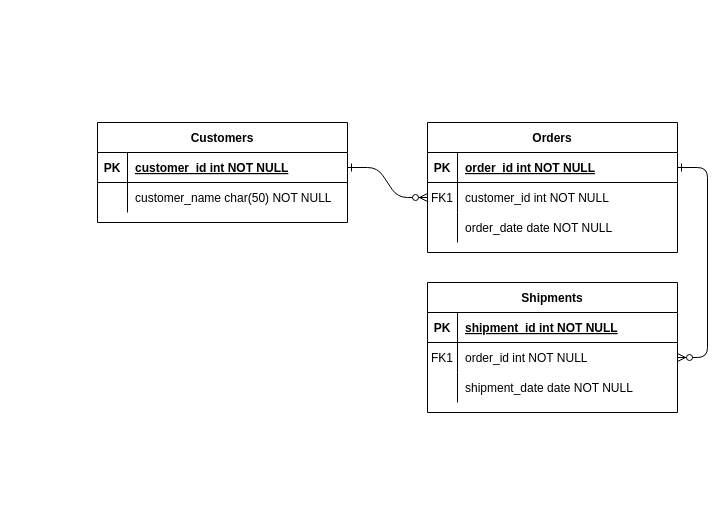
Above: Untitled Diagram.drawio in CEMTUNC/why-dbms-CEMTUNC (draw.io), before the change. Source tidied: cells renumbered, new cells numbered last; positions are measured from the earlier drawing's top-left corner, leaving out a move shared by most shapes. Both pictures are drawn from the tidied source at 100%, with x=0, y=0 at pixel (97, 122).
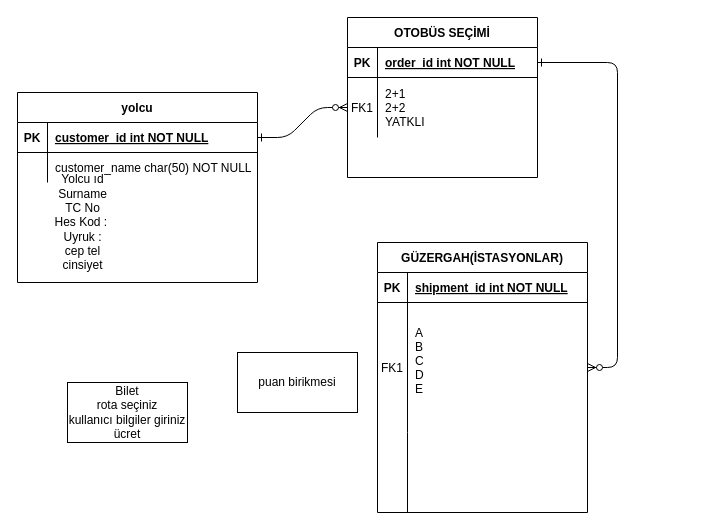
The same page after the edit.

What changed in the source:
```diff
@@
-    <mxCell id="4" value="Orders" style="shape=table;startSize=30;childLayout=tableLayout;rowLines=0;fontStyle=1;align=center;" parent="1" vertex="1">
-      <mxGeometry x="330" width="250" height="130" as="geometry" />
+    <mxCell id="4" value="OTOBÜS SEÇİMİ" style="shape=table;startSize=30;childLayout=tableLayout;rowLines=0;fontStyle=1;align=center;fillColor=default;strokeColor=default;fontColor=default;" parent="1" vertex="1">
+      <mxGeometry x="250" y="-105" width="190" height="160" as="geometry" />
     </mxCell>
     <mxCell id="5" style="shape=partialRectangle;fillColor=none;points=[[0,0.5],[1,0.5]];portConstraint=eastwest;top=0;left=0;right=0;bottom=1;" parent="4" vertex="1">
-      <mxGeometry y="30" width="250" height="30" as="geometry" />
+      <mxGeometry y="30" width="190" height="30" as="geometry" />
     </mxCell>
@@
     <mxCell id="7" value="order_id int NOT NULL " style="shape=partialRectangle;overflow=hidden;fillColor=none;top=0;left=0;bottom=0;right=0;align=left;spacingLeft=6;fontStyle=5;" parent="5" vertex="1">
-      <mxGeometry x="30" width="220" height="30" as="geometry" />
+      <mxGeometry x="30" width="160" height="30" as="geometry" />
     </mxCell>
     <mxCell id="8" style="shape=partialRectangle;fillColor=none;points=[[0,0.5],[1,0.5]];portConstraint=eastwest;top=0;left=0;right=0;bottom=0;" parent="4" vertex="1">
-      <mxGeometry y="60" width="250" height="30" as="geometry" />
+      <mxGeometry y="60" width="190" height="60" as="geometry" />
     </mxCell>
     <mxCell id="9" value="FK1" style="shape=partialRectangle;overflow=hidden;fillColor=none;top=0;left=0;bottom=0;right=0;" parent="8" vertex="1">
-      <mxGeometry width="30" height="30" as="geometry" />
+      <mxGeometry width="30" height="60" as="geometry" />
     </mxCell>
-    <mxCell id="10" value="customer_id int NOT NULL" style="shape=partialRectangle;overflow=hidden;fillColor=none;top=0;left=0;bottom=0;right=0;align=left;spacingLeft=6;" parent="8" vertex="1">
-      <mxGeometry x="30" width="220" height="30" as="geometry" />
+    <mxCell id="10" value="2+1 &#10;2+2&#10;YATKLI " style="shape=partialRectangle;overflow=hidden;fillColor=none;top=0;left=0;bottom=0;right=0;align=left;spacingLeft=6;fontColor=default;strokeColor=default;" parent="8" vertex="1">
+      <mxGeometry x="30" width="160" height="60" as="geometry" />
     </mxCell>
-    <mxCell id="11" style="shape=partialRectangle;fillColor=none;top=0;left=0;right=0;bottom=0;" parent="4" vertex="1">
-      <mxGeometry y="90" width="250" height="30" as="geometry" />
-    </mxCell>
-    <mxCell id="12" style="shape=partialRectangle;overflow=hidden;fillColor=none;top=0;left=0;bottom=0;right=0;" parent="11" vertex="1">
-      <mxGeometry width="30" height="30" as="geometry" />
-    </mxCell>
-    <mxCell id="13" value="order_date date NOT NULL" style="shape=partialRectangle;overflow=hidden;fillColor=none;top=0;left=0;bottom=0;right=0;align=left;spacingLeft=6;" parent="11" vertex="1">
-      <mxGeometry x="30" width="220" height="30" as="geometry" />
-    </mxCell>
-    <mxCell id="14" value="Shipments" style="shape=table;startSize=30;childLayout=tableLayout;rowLines=0;fontStyle=1;align=center;" parent="1" vertex="1">
-      <mxGeometry x="330" y="160" width="250" height="130" as="geometry" />
+    <mxCell id="14" value="GÜZERGAH(İSTASYONLAR)" style="shape=table;startSize=30;childLayout=tableLayout;rowLines=0;fontStyle=1;align=center;fontColor=default;fillColor=default;strokeColor=default;" parent="1" vertex="1">
+      <mxGeometry x="280" y="120" width="210" height="270" as="geometry" />
     </mxCell>
     <mxCell id="15" style="shape=partialRectangle;fillColor=none;top=0;left=0;right=0;bottom=1;" parent="14" vertex="1">
-      <mxGeometry y="30" width="250" height="30" as="geometry" />
+      <mxGeometry y="30" width="210" height="30" as="geometry" />
     </mxCell>
@@
     <mxCell id="17" value="shipment_id int NOT NULL " style="shape=partialRectangle;overflow=hidden;fillColor=none;top=0;left=0;bottom=0;right=0;align=left;spacingLeft=6;fontStyle=5;" parent="15" vertex="1">
-      <mxGeometry x="30" width="220" height="30" as="geometry" />
+      <mxGeometry x="30" width="180" height="30" as="geometry" />
     </mxCell>
-    <mxCell id="18" style="shape=partialRectangle;fillColor=none;points=[[0,0.5],[1,0.5]];portConstraint=eastwest;top=0;left=0;right=0;bottom=0;" parent="14" vertex="1">
-      <mxGeometry y="60" width="250" height="30" as="geometry" />
+    <mxCell id="18" style="shape=partialRectangle;fillColor=none;points=[[0,0.5],[1,0.5]];portConstraint=eastwest;top=0;left=0;right=0;bottom=0;strokeColor=default;fontColor=default;" parent="14" vertex="1">
+      <mxGeometry y="60" width="210" height="130" as="geometry" />
     </mxCell>
     <mxCell id="19" value="FK1" style="shape=partialRectangle;overflow=hidden;fillColor=none;top=0;left=0;bottom=0;right=0;" parent="18" vertex="1">
-      <mxGeometry width="30" height="30" as="geometry" />
+      <mxGeometry width="30" height="130" as="geometry" />
     </mxCell>
-    <mxCell id="20" value="order_id int NOT NULL" style="shape=partialRectangle;overflow=hidden;fillColor=none;top=0;left=0;bottom=0;right=0;align=left;spacingLeft=6;" parent="18" vertex="1">
-      <mxGeometry x="30" width="220" height="30" as="geometry" />
+    <mxCell id="20" value="A&#10;B&#10;C&#10;D&#10;E&#10;" style="shape=partialRectangle;overflow=hidden;fillColor=none;top=0;left=0;bottom=0;right=0;align=left;spacingLeft=6;fontColor=default;strokeColor=default;" parent="18" vertex="1">
+      <mxGeometry x="30" width="180" height="130" as="geometry" />
     </mxCell>
-    <mxCell id="21" style="shape=partialRectangle;fillColor=none;top=0;left=0;right=0;bottom=0;" parent="14" vertex="1">
-      <mxGeometry y="90" width="250" height="30" as="geometry" />
+    <mxCell id="21" style="shape=partialRectangle;fillColor=none;top=0;left=0;right=0;bottom=0;fontColor=default;" parent="14" vertex="1">
+      <mxGeometry y="190" width="210" height="80" as="geometry" />
     </mxCell>
     <mxCell id="22" style="shape=partialRectangle;overflow=hidden;fillColor=none;top=0;left=0;bottom=0;right=0;" parent="21" vertex="1">
-      <mxGeometry width="30" height="30" as="geometry" />
+      <mxGeometry width="30" height="80" as="geometry" />
     </mxCell>
-    <mxCell id="23" value="shipment_date date NOT NULL" style="shape=partialRectangle;overflow=hidden;fillColor=none;top=0;left=0;bottom=0;right=0;align=left;spacingLeft=6;" parent="21" vertex="1">
-      <mxGeometry x="30" width="220" height="30" as="geometry" />
+    <mxCell id="23" style="shape=partialRectangle;overflow=hidden;fillColor=none;top=0;left=0;bottom=0;right=0;align=left;spacingLeft=6;strokeColor=default;fontColor=default;" parent="21" vertex="1">
+      <mxGeometry x="30" width="180" height="80" as="geometry" />
     </mxCell>
-    <mxCell id="24" value="Customers" style="shape=table;startSize=30;childLayout=tableLayout;rowLines=0;fontStyle=1;align=center;" parent="1" vertex="1">
-      <mxGeometry width="250" height="100" as="geometry" />
+    <mxCell id="24" value="yolcu" style="shape=table;startSize=30;childLayout=tableLayout;rowLines=0;fontStyle=1;align=center;fillColor=default;strokeColor=default;fontColor=default;" parent="1" vertex="1">
+      <mxGeometry x="-80" y="-30" width="240" height="190" as="geometry" />
     </mxCell>
     <mxCell id="25" style="shape=partialRectangle;fillColor=none;points=[[0,0.5],[1,0.5]];portConstraint=eastwest;top=0;left=0;right=0;bottom=1;" parent="24" vertex="1">
-      <mxGeometry y="30" width="250" height="30" as="geometry" />
+      <mxGeometry y="30" width="240" height="30" as="geometry" />
     </mxCell>
@@
     <mxCell id="27" value="customer_id int NOT NULL " style="shape=partialRectangle;overflow=hidden;fillColor=none;top=0;left=0;bottom=0;right=0;align=left;spacingLeft=6;fontStyle=5;" parent="25" vertex="1">
-      <mxGeometry x="30" width="220" height="30" as="geometry" />
+      <mxGeometry x="30" width="210" height="30" as="geometry" />
     </mxCell>
-    <mxCell id="28" style="shape=partialRectangle;fillColor=none;top=0;left=0;right=0;bottom=0;" parent="24" vertex="1">
-      <mxGeometry y="60" width="250" height="30" as="geometry" />
+    <mxCell id="28" style="shape=partialRectangle;fillColor=none;top=0;left=0;right=0;bottom=0;fontColor=default;strokeColor=default;" parent="24" vertex="1">
+      <mxGeometry y="60" width="240" height="30" as="geometry" />
     </mxCell>
@@
     <mxCell id="30" value="customer_name char(50) NOT NULL" style="shape=partialRectangle;overflow=hidden;fillColor=none;top=0;left=0;bottom=0;right=0;align=left;spacingLeft=6;" parent="28" vertex="1">
-      <mxGeometry x="30" width="220" height="30" as="geometry" />
+      <mxGeometry x="30" width="210" height="30" as="geometry" />
     </mxCell>
+    <mxCell id="31" value="Yolcu ıd&lt;br&gt;Surname&lt;br&gt;TC No&lt;br&gt;Hes Kod :&amp;nbsp;&lt;br&gt;Uyruk :&lt;br&gt;cep tel&lt;br&gt;cinsiyet&lt;br&gt;" style="text;html=1;align=center;verticalAlign=middle;strokeColor=none;fillColor=none;fontColor=default;" parent="1" vertex="1">
+      <mxGeometry x="-50" y="50" width="70" height="100" as="geometry" />
+    </mxCell>
+    <mxCell id="32" value="Bilet&lt;br&gt;rota seçiniz&lt;br&gt;kullanıcı bilgiler giriniz&lt;br&gt;ücret&lt;br&gt;" style="rounded=0;whiteSpace=wrap;html=1;fontColor=default;strokeColor=default;fillColor=default;" parent="1" vertex="1">
+      <mxGeometry x="-30" y="260" width="120" height="60" as="geometry" />
+    </mxCell>
+    <mxCell id="33" value="puan birikmesi" style="rounded=0;whiteSpace=wrap;html=1;fontColor=default;strokeColor=default;fillColor=default;" parent="1" vertex="1">
+      <mxGeometry x="140" y="230" width="120" height="60" as="geometry" />
+    </mxCell>
```
